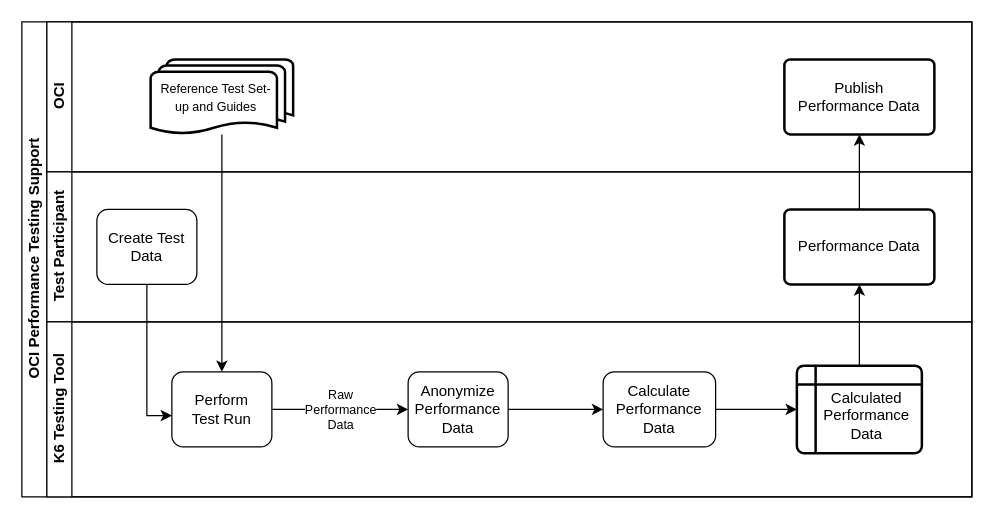
Open-Credentialing-Initiative/OCI-Governance keeps this draw.io diagram as content/assets/Reference Set-up for Performance Testing.drawio. Above is the earlier version. Source tidied: cells renumbered, new cells numbered last; positions are measured from the earlier drawing's top-left corner, leaving out a move shared by most shapes. Both pictures are drawn from the tidied source at 125%, with x=0, y=0 at pixel (21, 21).
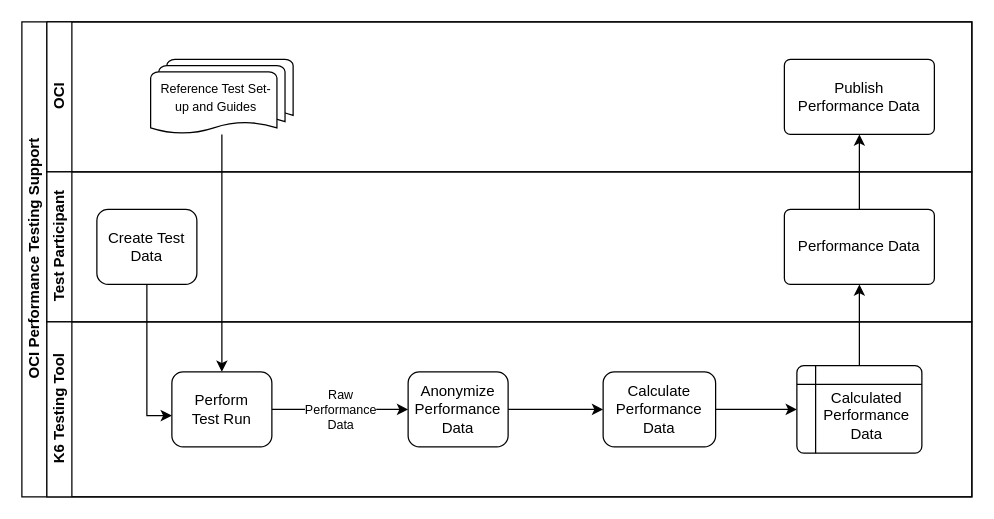
The same diagram, later.

The change refers to these unchanged cells:
```xml
<mxCell id="3" value="OCI" style="swimlane;html=1;startSize=20;horizontal=0;" parent="2" vertex="1">
  <mxGeometry x="20" width="740" height="120" as="geometry" />
</mxCell>
<mxCell id="6" value="Test Participant" style="swimlane;html=1;startSize=20;horizontal=0;" parent="2" vertex="1">
  <mxGeometry x="20" y="120" width="740" height="120" as="geometry" />
</mxCell>
<mxCell id="9" value="K6 Testing Tool" style="swimlane;html=1;startSize=20;horizontal=0;" parent="2" vertex="1">
  <mxGeometry x="20" y="240" width="740" height="140" as="geometry" />
</mxCell>
```

The edit, as a diff of the source:
```diff
@@
-    <mxCell id="4" value="&lt;font style=&quot;font-size: 10px;&quot;&gt;Reference Test Set-up and Guides&lt;/font&gt;" style="strokeWidth=2;html=1;shape=mxgraph.flowchart.multi-document;whiteSpace=wrap;spacing=4;spacingRight=9;" parent="3" vertex="1">
+    <mxCell id="4" value="&lt;font style=&quot;font-size: 10px;&quot;&gt;Reference Test Set-up and Guides&lt;/font&gt;" style="strokeWidth=1;html=1;shape=mxgraph.flowchart.multi-document;whiteSpace=wrap;spacing=4;spacingRight=9;" parent="3" vertex="1">
       <mxGeometry x="83" y="30" width="114" height="60" as="geometry" />
     </mxCell>
-    <mxCell id="5" value="Publish&lt;div&gt;Performance Data&lt;/div&gt;" style="whiteSpace=wrap;html=1;rounded=1;arcSize=8;strokeWidth=2;spacingLeft=0;spacingTop=0;" parent="3" vertex="1">
+    <mxCell id="5" value="Publish&lt;div&gt;Performance Data&lt;/div&gt;" style="whiteSpace=wrap;html=1;rounded=1;arcSize=8;strokeWidth=1;spacingLeft=0;spacingTop=0;" parent="3" vertex="1">
       <mxGeometry x="590" y="30" width="120" height="60" as="geometry" />
     </mxCell>
@@
-    <mxCell id="8" value="Performance Data" style="whiteSpace=wrap;html=1;rounded=1;arcSize=8;strokeWidth=2;spacingLeft=0;spacingTop=0;" parent="6" vertex="1">
+    <mxCell id="8" value="Performance Data" style="whiteSpace=wrap;html=1;rounded=1;arcSize=8;strokeWidth=1;spacingLeft=0;spacingTop=0;" parent="6" vertex="1">
       <mxGeometry x="590" y="30" width="120" height="60" as="geometry" />
     </mxCell>
@@
-    <mxCell id="16" value="Calculated Performance Data" style="shape=internalStorage;whiteSpace=wrap;html=1;dx=15;dy=15;rounded=1;arcSize=8;strokeWidth=2;spacingLeft=12;spacingTop=9;" parent="9" vertex="1">
+    <mxCell id="16" value="Calculated Performance Data" style="shape=internalStorage;whiteSpace=wrap;html=1;dx=15;dy=15;rounded=1;arcSize=8;strokeWidth=1;spacingLeft=12;spacingTop=9;" parent="9" vertex="1">
       <mxGeometry x="600" y="35" width="100" height="70" as="geometry" />
     </mxCell>
```
